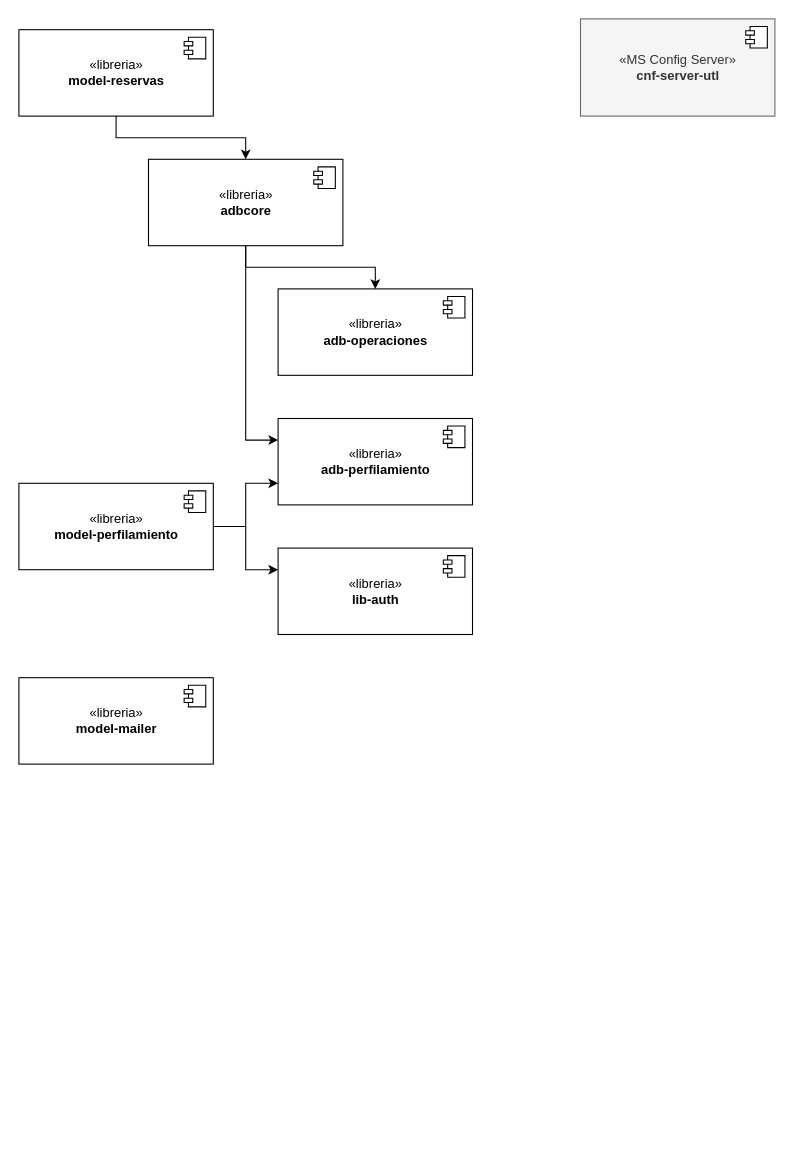
Above: globalr/DependenciaReservas.drawio in agasperi/drawio (draw.io), before the change. Source tidied: cells renumbered, new cells numbered last; positions are measured from the earlier drawing's top-left corner, leaving out a move shared by most shapes. Both pictures are drawn from the tidied source at 108%, with x=0, y=0 at pixel (18, 18).
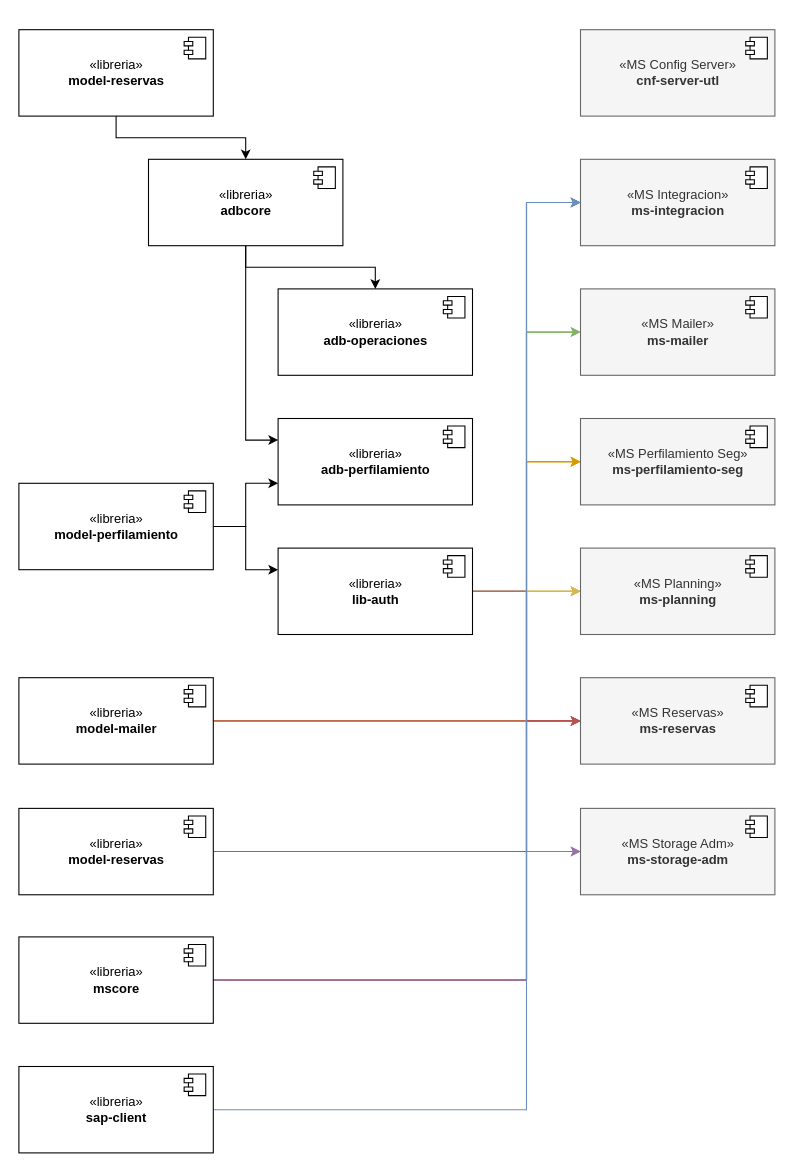
After the change.

The change refers to these unchanged cells:
```xml
<mxCell id="19" value="«libreria»&lt;br&gt;&lt;b&gt;lib-auth&lt;/b&gt;" style="html=1;" parent="1" vertex="1">
  <mxGeometry x="240" y="490" width="180" height="80" as="geometry" />
</mxCell>
<mxCell id="21" value="«libreria»&lt;br&gt;&lt;b&gt;model-mailer&lt;/b&gt;" style="html=1;" parent="1" vertex="1">
  <mxGeometry y="610" width="180" height="80" as="geometry" />
</mxCell>
```

The edit, as a diff of the source:
```diff
@@
     <mxCell id="17" value="«MS Config Server»&lt;br&gt;&lt;b&gt;cnf-server-utl&lt;/b&gt;" style="html=1;fillColor=#f5f5f5;fontColor=#333333;strokeColor=#666666;" parent="1" vertex="1">
-      <mxGeometry x="520" width="180" height="90" as="geometry" />
+      <mxGeometry x="520" y="10" width="180" height="80" as="geometry" />
     </mxCell>
@@
+    <mxCell id="23" style="edgeStyle=orthogonalEdgeStyle;rounded=0;jettySize=auto;html=1;entryX=0;entryY=0.5;entryDx=0;entryDy=0;fillColor=#dae8fc;strokeColor=#6c8ebf;" parent="1" edge="1" source="19" target="45">
+      <mxGeometry relative="1" as="geometry" />
+    </mxCell>
+    <mxCell id="24" style="edgeStyle=orthogonalEdgeStyle;rounded=0;jettySize=auto;html=1;entryX=0;entryY=0.5;entryDx=0;entryDy=0;fillColor=#ffe6cc;strokeColor=#d79b00;" parent="1" edge="1" source="19" target="52">
+      <mxGeometry relative="1" as="geometry" />
+    </mxCell>
+    <mxCell id="25" style="edgeStyle=orthogonalEdgeStyle;rounded=0;jettySize=auto;html=1;fillColor=#fff2cc;strokeColor=#d6b656;" parent="1" edge="1" source="19" target="54">
+      <mxGeometry relative="1" as="geometry" />
+    </mxCell>
+    <mxCell id="26" style="edgeStyle=orthogonalEdgeStyle;rounded=0;jettySize=auto;html=1;entryX=0;entryY=0.5;entryDx=0;entryDy=0;fillColor=#f8cecc;strokeColor=#b85450;" parent="1" edge="1" source="19" target="56">
+      <mxGeometry relative="1" as="geometry" />
+    </mxCell>
+    <mxCell id="27" style="edgeStyle=orthogonalEdgeStyle;rounded=0;jettySize=auto;html=1;entryX=0;entryY=0.5;entryDx=0;entryDy=0;fillColor=#e1d5e7;strokeColor=#9673a6;" parent="1" edge="1" source="19" target="58">
+      <mxGeometry relative="1" as="geometry" />
+    </mxCell>
@@
+    <mxCell id="28" style="edgeStyle=orthogonalEdgeStyle;rounded=0;jettySize=auto;html=1;entryX=0;entryY=0.5;entryDx=0;entryDy=0;fillColor=#d5e8d4;strokeColor=#82b366;" parent="1" edge="1" source="21" target="50">
+      <mxGeometry relative="1" as="geometry">
+        <Array as="points">
+          <mxPoint x="470" y="650" />
+          <mxPoint x="470" y="290" />
+        </Array>
+      </mxGeometry>
+    </mxCell>
+    <mxCell id="29" style="edgeStyle=orthogonalEdgeStyle;rounded=0;jettySize=auto;html=1;entryX=0;entryY=0.5;entryDx=0;entryDy=0;fillColor=#ffe6cc;strokeColor=#d79b00;" parent="1" edge="1" source="21" target="52">
+      <mxGeometry relative="1" as="geometry">
+        <Array as="points">
+          <mxPoint x="470" y="650" />
+          <mxPoint x="470" y="410" />
+        </Array>
+      </mxGeometry>
+    </mxCell>
+    <mxCell id="30" style="edgeStyle=orthogonalEdgeStyle;rounded=0;jettySize=auto;html=1;entryX=0;entryY=0.5;entryDx=0;entryDy=0;fillColor=#fff2cc;strokeColor=#d6b656;" parent="1" edge="1" source="21" target="54">
+      <mxGeometry relative="1" as="geometry">
+        <Array as="points">
+          <mxPoint x="470" y="650" />
+          <mxPoint x="470" y="530" />
+        </Array>
+      </mxGeometry>
+    </mxCell>
+    <mxCell id="31" style="edgeStyle=orthogonalEdgeStyle;rounded=0;jettySize=auto;html=1;fillColor=#f8cecc;strokeColor=#b85450;" parent="1" edge="1" source="21" target="56">
+      <mxGeometry relative="1" as="geometry" />
+    </mxCell>
@@
+    <mxCell id="32" style="edgeStyle=orthogonalEdgeStyle;rounded=0;jettySize=auto;html=1;fillColor=#dae8fc;strokeColor=#6c8ebf;entryX=0;entryY=0.5;entryDx=0;entryDy=0;" parent="1" edge="1" source="35" target="45">
+      <mxGeometry relative="1" as="geometry">
+        <Array as="points">
+          <mxPoint x="470" y="771" />
+          <mxPoint x="470" y="170" />
+        </Array>
+      </mxGeometry>
+    </mxCell>
+    <mxCell id="33" style="edgeStyle=orthogonalEdgeStyle;rounded=0;jettySize=auto;html=1;entryX=0;entryY=0.5;entryDx=0;entryDy=0;fillColor=#fff2cc;strokeColor=#d6b656;" parent="1" edge="1" source="35" target="54">
+      <mxGeometry relative="1" as="geometry">
+        <Array as="points">
+          <mxPoint x="470" y="771" />
+          <mxPoint x="470" y="530" />
+        </Array>
+      </mxGeometry>
+    </mxCell>
+    <mxCell id="34" style="edgeStyle=orthogonalEdgeStyle;rounded=0;jettySize=auto;html=1;entryX=0;entryY=0.5;entryDx=0;entryDy=0;fillColor=#f8cecc;strokeColor=#b85450;" parent="1" edge="1" source="35" target="56">
+      <mxGeometry relative="1" as="geometry">
+        <Array as="points">
+          <mxPoint x="470" y="771" />
+          <mxPoint x="470" y="650" />
+        </Array>
+      </mxGeometry>
+    </mxCell>
+    <mxCell id="35" value="«libreria»&lt;br&gt;&lt;b&gt;model-reservas&lt;/b&gt;" style="html=1;" parent="1" vertex="1">
+      <mxGeometry y="731" width="180" height="80" as="geometry" />
+    </mxCell>
+    <mxCell id="36" style="shape=module;jettyWidth=8;jettyHeight=4;" parent="35" vertex="1">
+      <mxGeometry x="1" width="20" height="20" relative="1" as="geometry">
+        <mxPoint x="-27" y="7" as="offset" />
+      </mxGeometry>
+    </mxCell>
+    <mxCell id="37" style="edgeStyle=orthogonalEdgeStyle;rounded=0;jettySize=auto;html=1;fillColor=#dae8fc;strokeColor=#6c8ebf;entryX=0;entryY=0.5;entryDx=0;entryDy=0;" parent="1" edge="1" source="43" target="45">
+      <mxGeometry relative="1" as="geometry">
+        <Array as="points">
+          <mxPoint x="470" y="890" />
+          <mxPoint x="470" y="170" />
+        </Array>
+      </mxGeometry>
+    </mxCell>
+    <mxCell id="38" style="edgeStyle=orthogonalEdgeStyle;rounded=0;jettySize=auto;html=1;entryX=0;entryY=0.5;entryDx=0;entryDy=0;fillColor=#d5e8d4;strokeColor=#82b366;" parent="1" edge="1" source="43" target="50">
+      <mxGeometry relative="1" as="geometry">
+        <Array as="points">
+          <mxPoint x="470" y="890" />
+          <mxPoint x="470" y="290" />
+        </Array>
+      </mxGeometry>
+    </mxCell>
+    <mxCell id="39" style="edgeStyle=orthogonalEdgeStyle;rounded=0;jettySize=auto;html=1;entryX=0;entryY=0.5;entryDx=0;entryDy=0;fillColor=#ffe6cc;strokeColor=#d79b00;" parent="1" edge="1" source="43" target="52">
+      <mxGeometry relative="1" as="geometry">
+        <Array as="points">
+          <mxPoint x="470" y="890" />
+          <mxPoint x="470" y="410" />
+        </Array>
+      </mxGeometry>
+    </mxCell>
+    <mxCell id="40" style="edgeStyle=orthogonalEdgeStyle;rounded=0;jettySize=auto;html=1;entryX=0;entryY=0.5;entryDx=0;entryDy=0;fillColor=#fff2cc;strokeColor=#d6b656;" parent="1" edge="1" source="43" target="54">
+      <mxGeometry relative="1" as="geometry">
+        <Array as="points">
+          <mxPoint x="470" y="890" />
+          <mxPoint x="470" y="530" />
+        </Array>
+      </mxGeometry>
+    </mxCell>
+    <mxCell id="41" style="edgeStyle=orthogonalEdgeStyle;rounded=0;jettySize=auto;html=1;entryX=0;entryY=0.5;entryDx=0;entryDy=0;fillColor=#f8cecc;strokeColor=#b85450;" parent="1" edge="1" source="43" target="56">
+      <mxGeometry relative="1" as="geometry">
+        <Array as="points">
+          <mxPoint x="470" y="890" />
+          <mxPoint x="470" y="650" />
+        </Array>
+      </mxGeometry>
+    </mxCell>
+    <mxCell id="42" style="edgeStyle=orthogonalEdgeStyle;rounded=0;jettySize=auto;html=1;entryX=0;entryY=0.5;entryDx=0;entryDy=0;fillColor=#e1d5e7;strokeColor=#9673a6;" parent="1" edge="1" source="43" target="58">
+      <mxGeometry relative="1" as="geometry">
+        <Array as="points">
+          <mxPoint x="470" y="890" />
+          <mxPoint x="470" y="771" />
+        </Array>
+      </mxGeometry>
+    </mxCell>
+    <mxCell id="43" value="«libreria»&lt;br&gt;&lt;b&gt;mscore&lt;/b&gt;" style="html=1;" parent="1" vertex="1">
+      <mxGeometry y="850" width="180" height="80" as="geometry" />
+    </mxCell>
+    <mxCell id="44" style="shape=module;jettyWidth=8;jettyHeight=4;" parent="43" vertex="1">
+      <mxGeometry x="1" width="20" height="20" relative="1" as="geometry">
+        <mxPoint x="-27" y="7" as="offset" />
+      </mxGeometry>
+    </mxCell>
+    <mxCell id="45" value="«MS Integracion»&lt;br&gt;&lt;b&gt;ms-integracion&lt;/b&gt;" style="html=1;fillColor=#f5f5f5;fontColor=#333333;strokeColor=#666666;" parent="1" vertex="1">
+      <mxGeometry x="520" y="130" width="180" height="80" as="geometry" />
+    </mxCell>
+    <mxCell id="46" style="shape=module;jettyWidth=8;jettyHeight=4;" parent="45" vertex="1">
+      <mxGeometry x="1" width="20" height="20" relative="1" as="geometry">
+        <mxPoint x="-27" y="7" as="offset" />
+      </mxGeometry>
+    </mxCell>
+    <mxCell id="47" style="edgeStyle=orthogonalEdgeStyle;rounded=0;jettySize=auto;html=1;fillColor=#dae8fc;strokeColor=#6c8ebf;entryX=0;entryY=0.5;entryDx=0;entryDy=0;" parent="1" edge="1" source="48" target="45">
+      <mxGeometry relative="1" as="geometry">
+        <Array as="points">
+          <mxPoint x="470" y="1010" />
+          <mxPoint x="470" y="170" />
+        </Array>
+      </mxGeometry>
+    </mxCell>
+    <mxCell id="48" value="«libreria»&lt;br&gt;&lt;b&gt;sap-client&lt;/b&gt;" style="html=1;" parent="1" vertex="1">
+      <mxGeometry y="970" width="180" height="80" as="geometry" />
+    </mxCell>
+    <mxCell id="49" style="shape=module;jettyWidth=8;jettyHeight=4;" parent="48" vertex="1">
+      <mxGeometry x="1" width="20" height="20" relative="1" as="geometry">
+        <mxPoint x="-27" y="7" as="offset" />
+      </mxGeometry>
+    </mxCell>
+    <mxCell id="50" value="«MS Mailer»&lt;br&gt;&lt;b&gt;ms-mailer&lt;/b&gt;" style="html=1;fillColor=#f5f5f5;fontColor=#333333;strokeColor=#666666;" parent="1" vertex="1">
+      <mxGeometry x="520" y="250" width="180" height="80" as="geometry" />
+    </mxCell>
+    <mxCell id="51" style="shape=module;jettyWidth=8;jettyHeight=4;" parent="50" vertex="1">
+      <mxGeometry x="1" width="20" height="20" relative="1" as="geometry">
+        <mxPoint x="-27" y="7" as="offset" />
+      </mxGeometry>
+    </mxCell>
+    <mxCell id="52" value="«MS Perfilamiento Seg»&lt;br&gt;&lt;b&gt;ms-perfilamiento-seg&lt;/b&gt;" style="html=1;fillColor=#f5f5f5;fontColor=#333333;strokeColor=#666666;" parent="1" vertex="1">
+      <mxGeometry x="520" y="370" width="180" height="80" as="geometry" />
+    </mxCell>
+    <mxCell id="53" style="shape=module;jettyWidth=8;jettyHeight=4;" parent="52" vertex="1">
+      <mxGeometry x="1" width="20" height="20" relative="1" as="geometry">
+        <mxPoint x="-27" y="7" as="offset" />
+      </mxGeometry>
+    </mxCell>
+    <mxCell id="54" value="«MS Planning»&lt;br&gt;&lt;b&gt;ms-planning&lt;/b&gt;" style="html=1;fillColor=#f5f5f5;fontColor=#333333;strokeColor=#666666;" parent="1" vertex="1">
+      <mxGeometry x="520" y="490" width="180" height="80" as="geometry" />
+    </mxCell>
+    <mxCell id="55" style="shape=module;jettyWidth=8;jettyHeight=4;" parent="54" vertex="1">
+      <mxGeometry x="1" width="20" height="20" relative="1" as="geometry">
+        <mxPoint x="-27" y="7" as="offset" />
+      </mxGeometry>
+    </mxCell>
+    <mxCell id="56" value="«MS Reservas»&lt;br&gt;&lt;b&gt;ms-reservas&lt;/b&gt;" style="html=1;fillColor=#f5f5f5;fontColor=#333333;strokeColor=#666666;" parent="1" vertex="1">
+      <mxGeometry x="520" y="610" width="180" height="80" as="geometry" />
+    </mxCell>
+    <mxCell id="57" style="shape=module;jettyWidth=8;jettyHeight=4;" parent="56" vertex="1">
+      <mxGeometry x="1" width="20" height="20" relative="1" as="geometry">
+        <mxPoint x="-27" y="7" as="offset" />
+      </mxGeometry>
+    </mxCell>
+    <mxCell id="58" value="«MS Storage Adm»&lt;br&gt;&lt;b&gt;ms-storage-adm&lt;/b&gt;" style="html=1;fillColor=#f5f5f5;fontColor=#333333;strokeColor=#666666;" parent="1" vertex="1">
+      <mxGeometry x="520" y="731" width="180" height="80" as="geometry" />
+    </mxCell>
+    <mxCell id="59" style="shape=module;jettyWidth=8;jettyHeight=4;" parent="58" vertex="1">
+      <mxGeometry x="1" width="20" height="20" relative="1" as="geometry">
+        <mxPoint x="-27" y="7" as="offset" />
+      </mxGeometry>
+    </mxCell>
```
